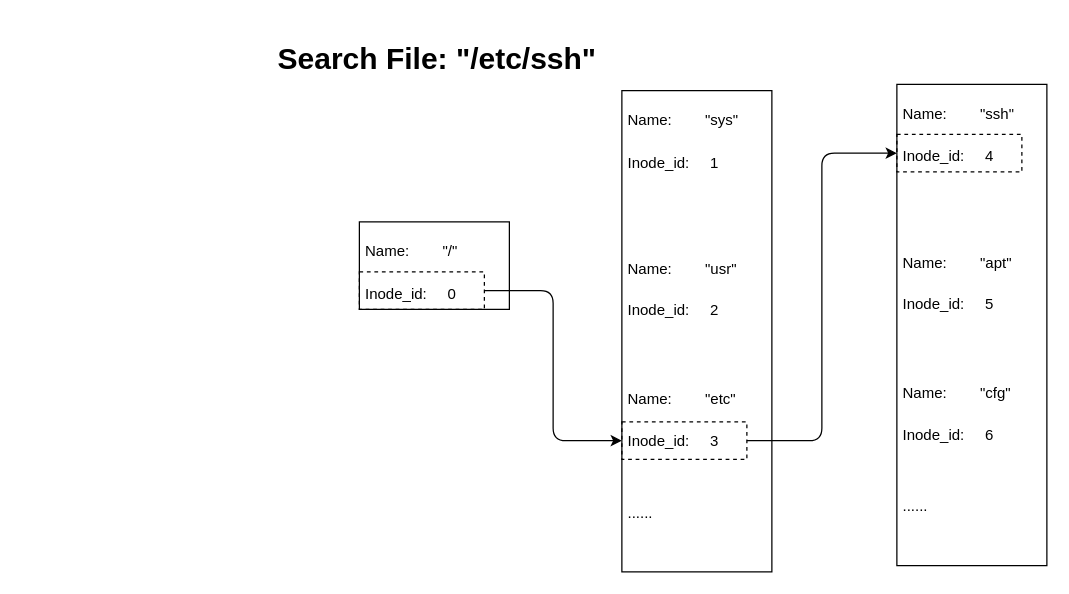
Above: FileSystem/inode_directory.drawio in HanZhangQin/tools (draw.io), before the change. Source tidied: cells renumbered, new cells numbered last; positions are measured from the earlier drawing's top-left corner, leaving out a move shared by most shapes. Both pictures are drawn from the tidied source at 125%, with x=0, y=0 at pixel (271, 34).
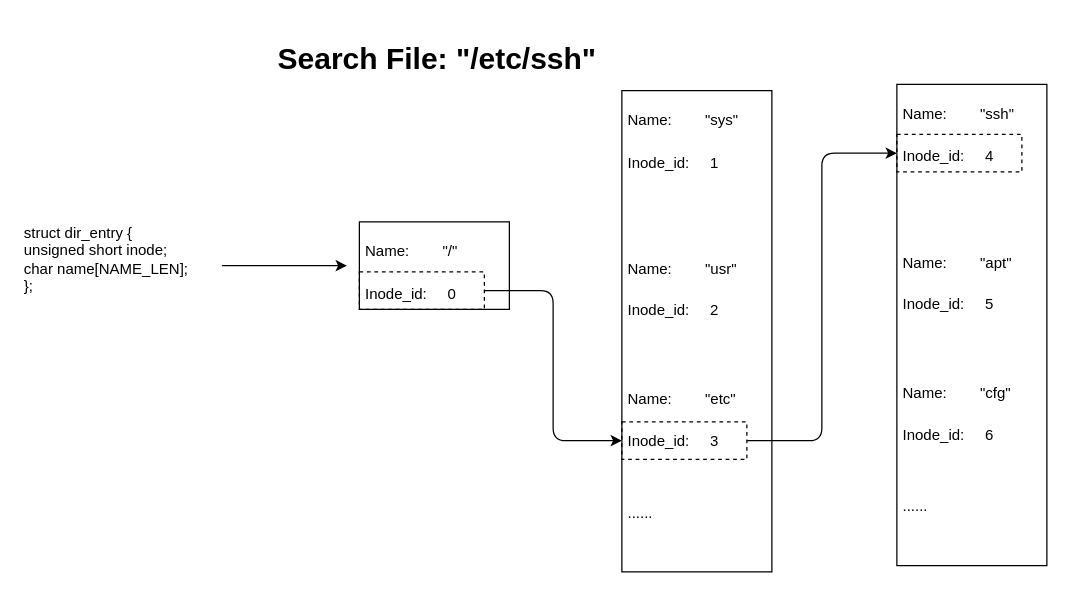
After the change.

Commit message:
add dir_entry data structure

Diff of the diagram source:
```diff
@@
 <mxGraphModel>
   <root>
     <mxCell id="0" />
     <mxCell id="1" parent="0" />
     <mxCell id="2" value="&lt;h1&gt;&lt;span style=&quot;background-color: initial; font-size: 12px; font-weight: normal;&quot;&gt;Name:&amp;nbsp; &amp;nbsp; &amp;nbsp; &amp;nbsp; &quot;/&quot;&lt;/span&gt;&lt;br&gt;&lt;/h1&gt;&lt;div&gt;Inode_id:&amp;nbsp; &amp;nbsp; &amp;nbsp;0&lt;/div&gt;" style="text;html=1;strokeColor=default;fillColor=none;spacing=5;spacingTop=-20;whiteSpace=wrap;overflow=hidden;rounded=0;" parent="1" vertex="1">
       <mxGeometry x="70" y="150" width="120" height="70" as="geometry" />
     </mxCell>
     <mxCell id="3" style="edgeStyle=orthogonalEdgeStyle;html=1;exitX=1;exitY=0.5;exitDx=0;exitDy=0;entryX=0;entryY=0.5;entryDx=0;entryDy=0;" parent="1" edge="1" source="4" target="7">
       <mxGeometry relative="1" as="geometry" />
     </mxCell>
     <mxCell id="4" style="rounded=0;whiteSpace=wrap;html=1;strokeColor=default;fillColor=none;dashed=1;" parent="1" vertex="1">
       <mxGeometry x="70" y="190" width="100" height="30" as="geometry" />
     </mxCell>
     <mxCell id="5" value="&lt;h1&gt;&lt;span style=&quot;background-color: initial; font-size: 12px; font-weight: normal;&quot;&gt;Name:&amp;nbsp; &amp;nbsp; &amp;nbsp; &amp;nbsp; &quot;sys&quot;&lt;/span&gt;&lt;br&gt;&lt;/h1&gt;&lt;div&gt;Inode_id:&amp;nbsp; &amp;nbsp; &amp;nbsp;1&lt;/div&gt;&lt;div&gt;&lt;br&gt;&lt;/div&gt;&lt;div&gt;&lt;br&gt;&lt;/div&gt;&lt;div&gt;&lt;br&gt;&lt;/div&gt;&lt;div&gt;&lt;h1&gt;&lt;span style=&quot;background-color: initial; font-size: 12px; font-weight: normal;&quot;&gt;Name:&amp;nbsp; &amp;nbsp; &amp;nbsp; &amp;nbsp; &quot;usr&quot;&lt;/span&gt;&lt;br&gt;&lt;/h1&gt;&lt;div&gt;Inode_id:&amp;nbsp; &amp;nbsp; &amp;nbsp;2&lt;/div&gt;&lt;/div&gt;&lt;div&gt;&lt;br&gt;&lt;/div&gt;&lt;div&gt;&lt;br&gt;&lt;/div&gt;&lt;div&gt;&lt;h1&gt;&lt;span style=&quot;background-color: initial; font-size: 12px; font-weight: normal;&quot;&gt;Name:&amp;nbsp; &amp;nbsp; &amp;nbsp; &amp;nbsp; &quot;etc&quot;&lt;/span&gt;&lt;br&gt;&lt;/h1&gt;&lt;div&gt;Inode_id:&amp;nbsp; &amp;nbsp; &amp;nbsp;3&lt;/div&gt;&lt;/div&gt;&lt;div&gt;&lt;br&gt;&lt;/div&gt;&lt;div&gt;&lt;br&gt;&lt;/div&gt;&lt;div&gt;&lt;br&gt;&lt;/div&gt;&lt;div&gt;......&lt;/div&gt;" style="text;html=1;strokeColor=default;fillColor=none;spacing=5;spacingTop=-20;whiteSpace=wrap;overflow=hidden;rounded=0;" parent="1" vertex="1">
       <mxGeometry x="280" y="45" width="120" height="385" as="geometry" />
     </mxCell>
     <mxCell id="6" style="edgeStyle=orthogonalEdgeStyle;html=1;exitX=1;exitY=0.5;exitDx=0;exitDy=0;entryX=0;entryY=0.5;entryDx=0;entryDy=0;" parent="1" edge="1" source="7" target="9">
       <mxGeometry relative="1" as="geometry" />
     </mxCell>
     <mxCell id="7" style="rounded=0;whiteSpace=wrap;html=1;strokeColor=default;fillColor=none;dashed=1;" parent="1" vertex="1">
       <mxGeometry x="280" y="310" width="100" height="30" as="geometry" />
     </mxCell>
     <mxCell id="8" value="&lt;h1&gt;&lt;span style=&quot;background-color: initial; font-size: 12px; font-weight: normal;&quot;&gt;Name:&amp;nbsp; &amp;nbsp; &amp;nbsp; &amp;nbsp; &quot;ssh&quot;&lt;/span&gt;&lt;br&gt;&lt;/h1&gt;&lt;div&gt;Inode_id:&amp;nbsp; &amp;nbsp; &amp;nbsp;4&lt;/div&gt;&lt;div&gt;&lt;br&gt;&lt;/div&gt;&lt;div&gt;&lt;br&gt;&lt;/div&gt;&lt;div&gt;&lt;br&gt;&lt;/div&gt;&lt;div&gt;&lt;h1&gt;&lt;span style=&quot;background-color: initial; font-size: 12px; font-weight: normal;&quot;&gt;Name:&amp;nbsp; &amp;nbsp; &amp;nbsp; &amp;nbsp; &quot;apt&quot;&lt;/span&gt;&lt;br&gt;&lt;/h1&gt;&lt;div&gt;Inode_id:&amp;nbsp; &amp;nbsp; &amp;nbsp;5&lt;/div&gt;&lt;/div&gt;&lt;div&gt;&lt;br&gt;&lt;/div&gt;&lt;div&gt;&lt;br&gt;&lt;/div&gt;&lt;div&gt;&lt;h1&gt;&lt;span style=&quot;background-color: initial; font-size: 12px; font-weight: normal;&quot;&gt;Name:&amp;nbsp; &amp;nbsp; &amp;nbsp; &amp;nbsp; &quot;cfg&quot;&lt;/span&gt;&lt;br&gt;&lt;/h1&gt;&lt;div&gt;Inode_id:&amp;nbsp; &amp;nbsp; &amp;nbsp;6&lt;/div&gt;&lt;/div&gt;&lt;div&gt;&lt;br&gt;&lt;/div&gt;&lt;div&gt;&lt;br&gt;&lt;/div&gt;&lt;div&gt;&lt;br&gt;&lt;/div&gt;&lt;div&gt;......&lt;/div&gt;" style="text;html=1;strokeColor=default;fillColor=none;spacing=5;spacingTop=-20;whiteSpace=wrap;overflow=hidden;rounded=0;" parent="1" vertex="1">
       <mxGeometry x="500" y="40" width="120" height="385" as="geometry" />
     </mxCell>
     <mxCell id="9" style="rounded=0;whiteSpace=wrap;html=1;strokeColor=default;fillColor=none;dashed=1;" parent="1" vertex="1">
       <mxGeometry x="500" y="80" width="100" height="30" as="geometry" />
     </mxCell>
     <mxCell id="10" value="&lt;h1&gt;Search File: &quot;/etc/ssh&quot;&lt;/h1&gt;" style="text;html=1;strokeColor=none;fillColor=none;spacing=5;spacingTop=-20;whiteSpace=wrap;overflow=hidden;rounded=0;dashed=1;" parent="1" vertex="1">
       <mxGeometry width="270" height="40" as="geometry" />
     </mxCell>
+    <mxCell id="11" style="edgeStyle=none;html=1;" parent="1" edge="1" source="12">
+      <mxGeometry relative="1" as="geometry">
+        <mxPoint x="60" y="185" as="targetPoint" />
+      </mxGeometry>
+    </mxCell>
+    <mxCell id="12" value="struct dir_entry {&#10;&#9;unsigned short inode;&#10;&#9;char name[NAME_LEN];&#10;};" style="text;whiteSpace=wrap;html=1;" parent="1" vertex="1">
+      <mxGeometry x="-200" y="145" width="160" height="80" as="geometry" />
+    </mxCell>
   </root>
 </mxGraphModel>
```
